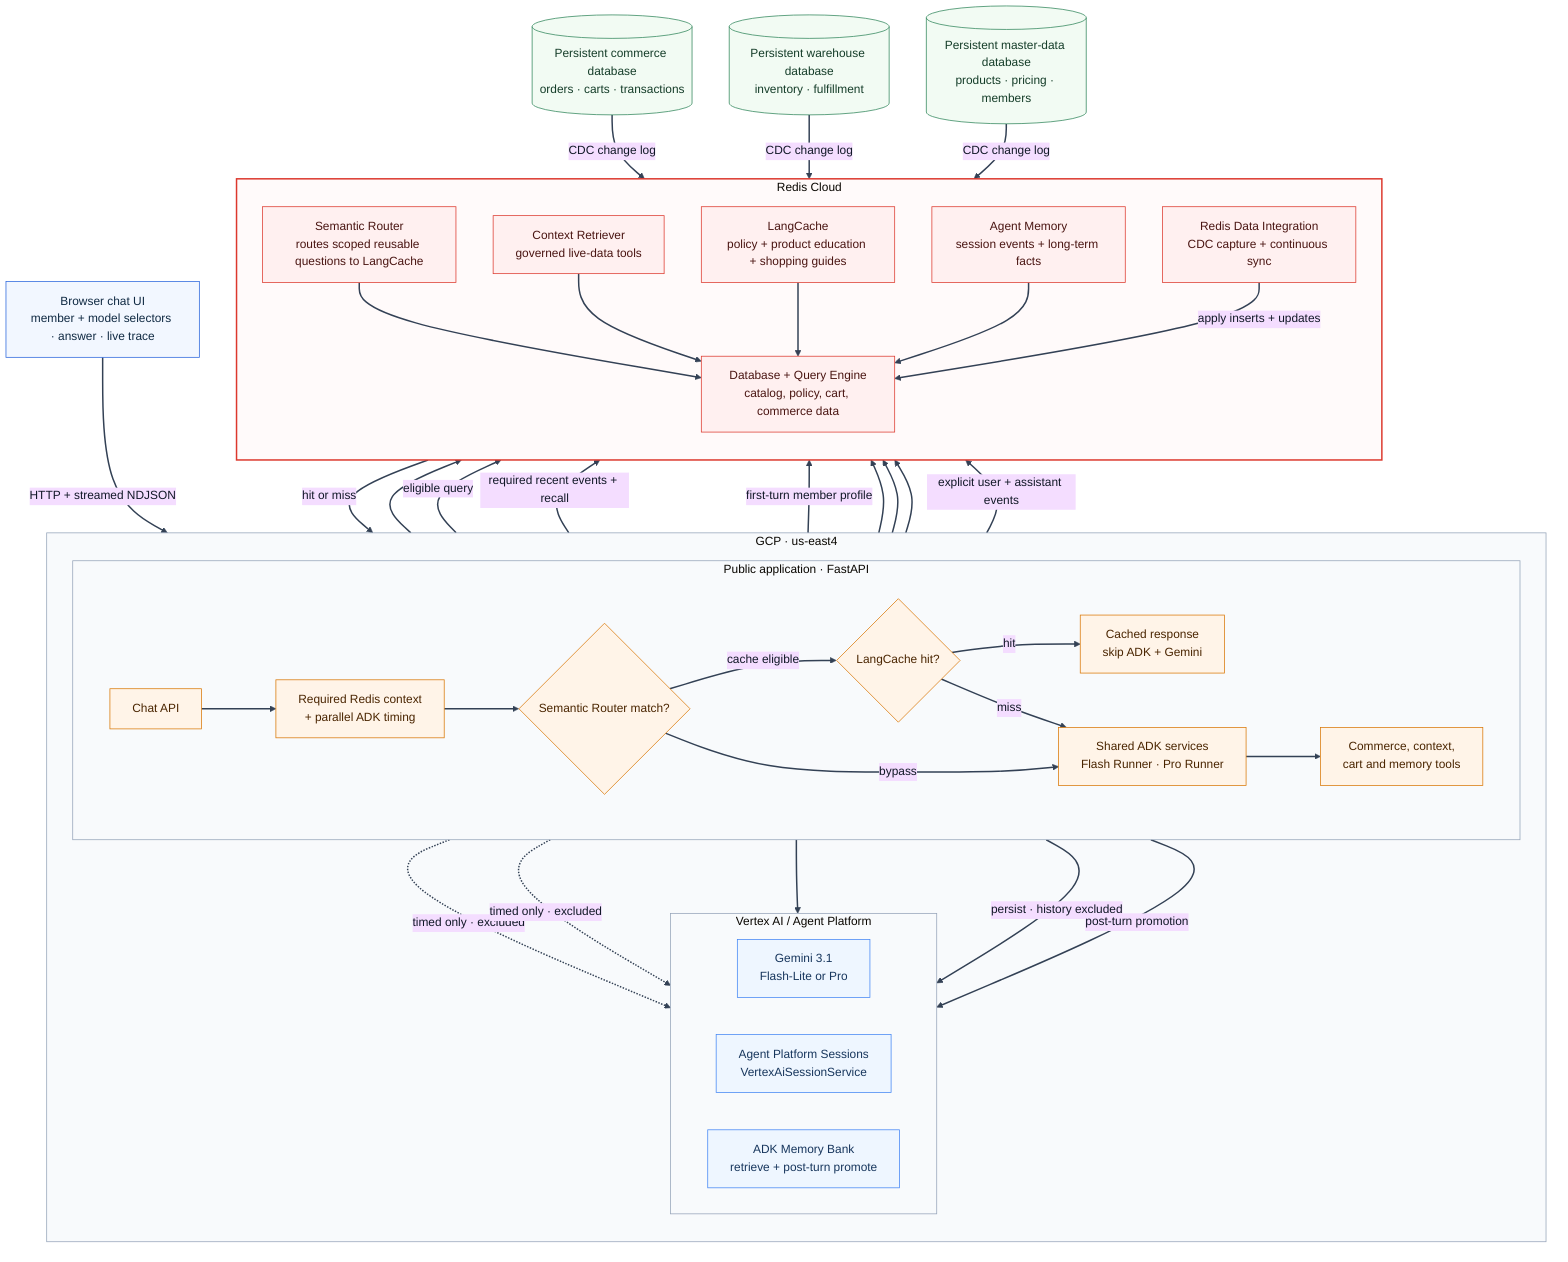
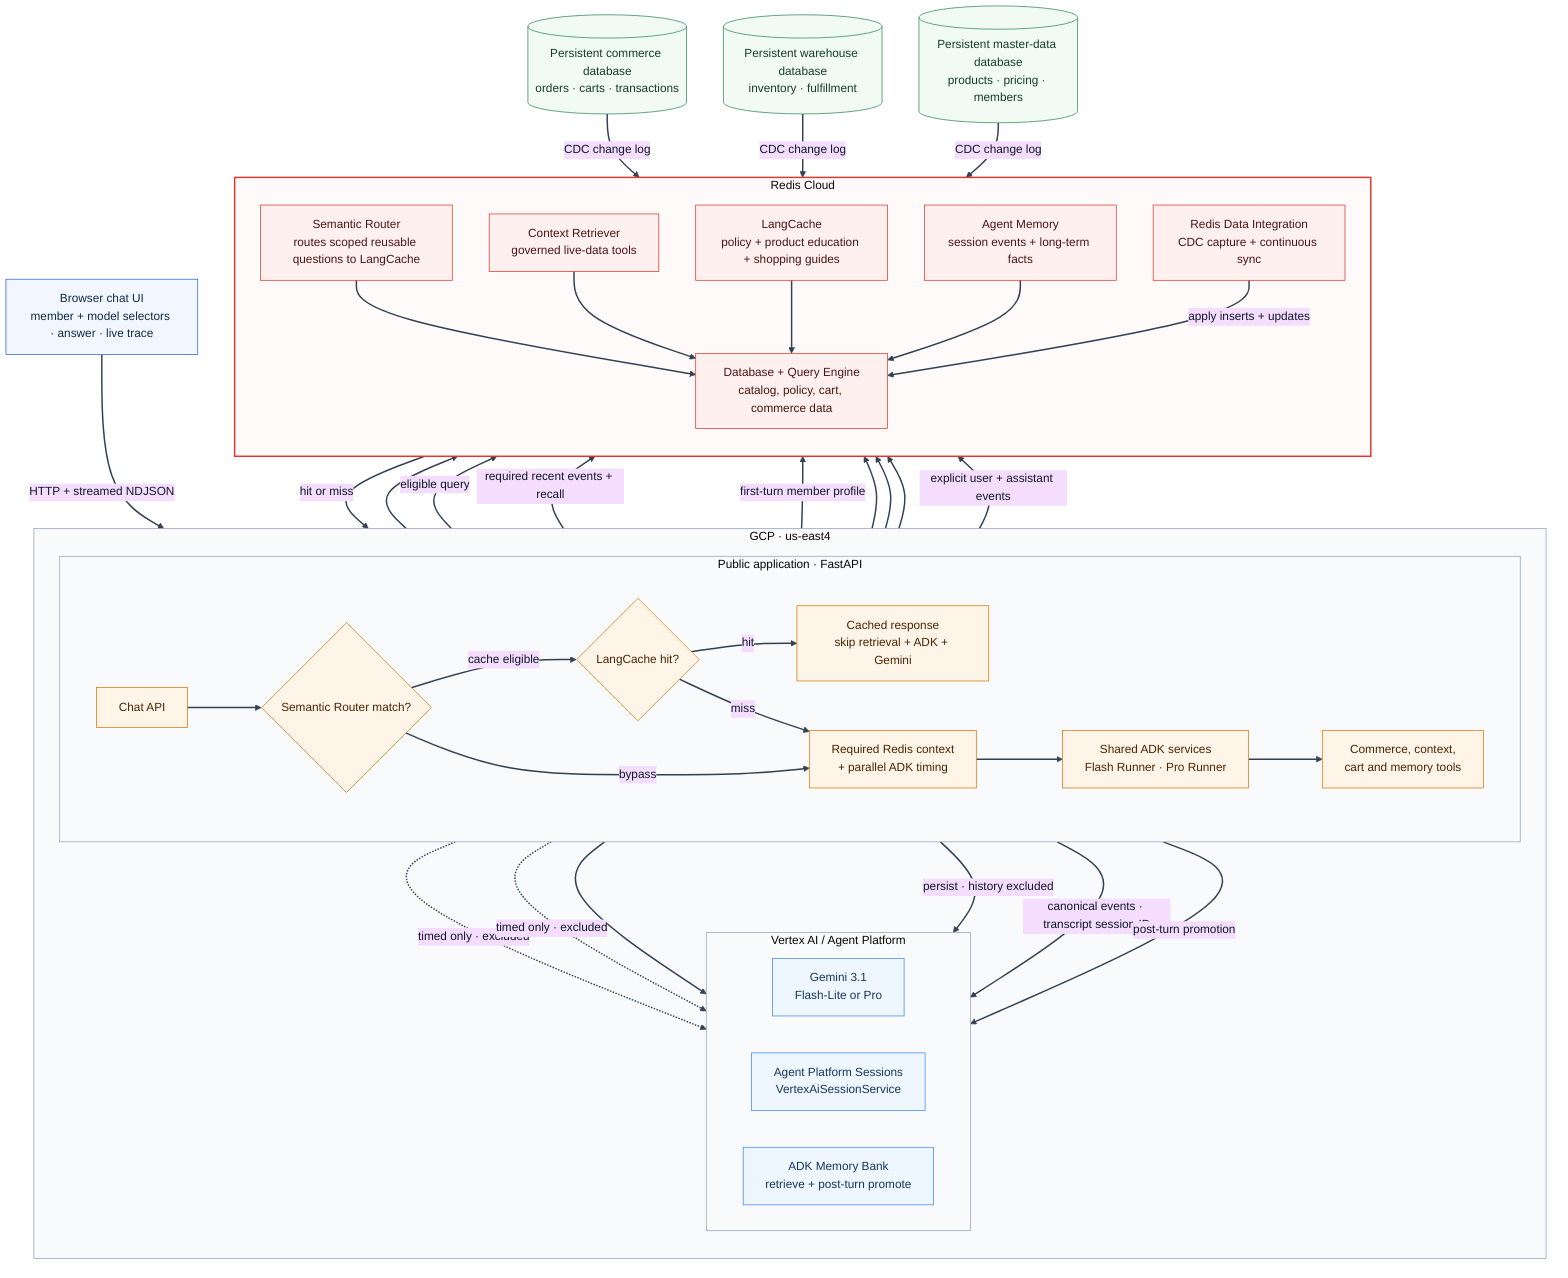
%%{init: {"theme":"base","themeVariables":{"background":"#ffffff","primaryTextColor":"#111827","lineColor":"#334155","clusterBkg":"#f8fafc","clusterBorder":"#94a3b8"},"flowchart":{"curve":"basis"}}}%%
flowchart TB
    browser["Browser chat UI<br/>member + model selectors · answer · live trace"]

    subgraph gcp["GCP · us-east4"]
        direction TB
        subgraph run["Public application · FastAPI"]
            direction LR
-             api["Chat API"] --> prefetch["Required Redis context<br/>+ parallel ADK timing"]
-             prefetch --> route{"Semantic Router match?"}
+             api["Chat API"] --> route{"Semantic Router match?"}
            route -->|cache eligible| gate{"LangCache hit?"}
-             gate -->|hit| cached["Cached response<br/>skip ADK + Gemini"]
-             gate -->|miss| runners["Shared ADK services<br/>Flash Runner · Pro Runner"]
-             route -->|bypass| runners
+             gate -->|hit| cached["Cached response<br/>skip retrieval + ADK + Gemini"]
+             gate -->|miss| prefetch["Required Redis context<br/>+ parallel ADK timing"]
+             route -->|bypass| prefetch
+             prefetch --> runners["Shared ADK services<br/>Flash Runner · Pro Runner"]
            runners --> tools["Commerce, context,<br/>cart and memory tools"]
        end

        subgraph vertex["Vertex AI / Agent Platform"]
            direction LR
            gemini["Gemini 3.1<br/>Flash-Lite or Pro"]
            sessions["Agent Platform Sessions<br/>VertexAiSessionService"]
            bank["ADK Memory Bank<br/>retrieve + post-turn promote"]
        end
    end

    commerce[("Persistent commerce database<br/>orders · carts · transactions")]
    warehouse[("Persistent warehouse database<br/>inventory · fulfillment")]
    master[("Persistent master-data database<br/>products · pricing · members")]

    subgraph rediscloud["Redis Cloud"]
        direction TB
        rdi["Redis Data Integration<br/>CDC capture + continuous sync"]
        cache["LangCache<br/>policy + product education + shopping guides"]
        ram["Agent Memory<br/>session events + long-term facts"]
        context["Context Retriever<br/>governed live-data tools"]
        semantic["Semantic Router<br/>routes scoped reusable questions to LangCache"]
        database["Database + Query Engine<br/>catalog, policy, cart, commerce data"]
    end

    browser -->|HTTP + streamed NDJSON| api

    route --> semantic
    semantic --> database
    route -->|eligible query| cache
    cache -->|hit or miss| gate
    prefetch -->|required recent events + recall| ram
    prefetch -.->|timed only · excluded| bank
    prefetch -.->|timed only · excluded| sessions
    prefetch -->|first-turn member profile| context

    runners --> gemini
    runners -->|persist · history excluded| sessions
+     api -->|canonical events · transcript session ID| sessions
    runners -->|post-turn promotion| bank
    tools --> context
    tools --> database
    tools --> ram
    context --> database
    api -->|explicit user + assistant events| ram

    cache --> database
    ram --> database
    commerce -->|CDC change log| rdi
    warehouse -->|CDC change log| rdi
    master -->|CDC change log| rdi
    rdi -->|apply inserts + updates| database

    classDef client fill:#f2f7ff,stroke:#2864dc,color:#102a43
    classDef app fill:#fff4e8,stroke:#d97706,color:#4a2500
    classDef google fill:#eef6ff,stroke:#4285f4,color:#17365d
    classDef redis fill:#fff0f0,stroke:#dc382d,color:#4a1512
    classDef source fill:#f2fbf3,stroke:#2f855a,color:#153d29

    class browser client
    class api,prefetch,route,gate,cached,runners,tools app
    class gemini,sessions,bank google
    class rdi,cache,ram,context,semantic,database redis
    class commerce,warehouse,master source

    style rediscloud fill:#fffafa,stroke:#dc382d,stroke-width:2px

    linkStyle default stroke:#334155,stroke-width:2px
